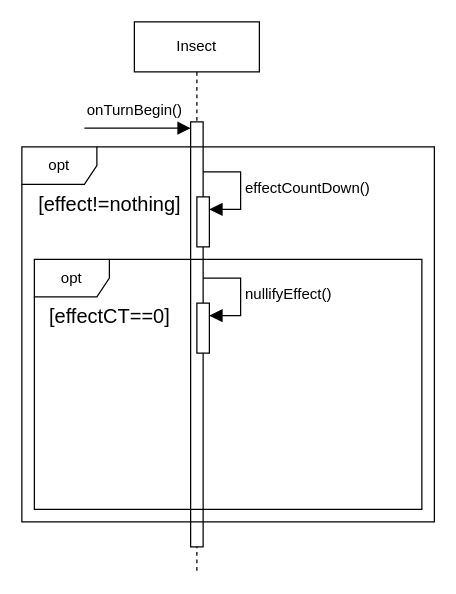
Earlier version of the draw.io diagram page "Insect" (4 of 7) of GameManager_SequenceDiagram.drawio (koharzsombor/bandITs). Source tidied: cells renumbered, new cells numbered last; positions are measured from the earlier drawing's top-left corner, leaving out a move shared by most shapes. Both pictures are drawn from the tidied source at 125%, with x=0, y=0 at pixel (21, 21).
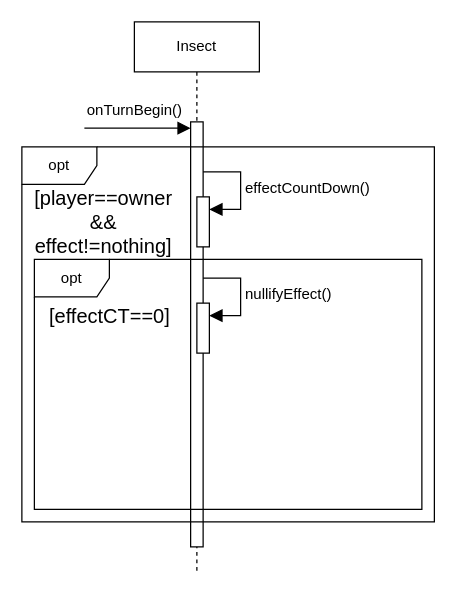
The same diagram, later.

Change to the diagram source:
```diff
@@
 <mxGraphModel>
   <root>
     <mxCell id="0" />
     <mxCell id="1" parent="0" />
     <mxCell id="2" value="&lt;div&gt;&lt;span style=&quot;background-color: transparent; color: light-dark(rgb(0, 0, 0), rgb(255, 255, 255));&quot;&gt;Insect&lt;/span&gt;&lt;/div&gt;" style="shape=umlLifeline;perimeter=lifelinePerimeter;whiteSpace=wrap;html=1;newEdgeStyle={&quot;curved&quot;:0,&quot;rounded&quot;:0};" parent="1" vertex="1">
       <mxGeometry x="90" width="100" height="440" as="geometry" />
     </mxCell>
     <mxCell id="3" style="html=1;perimeter=orthogonalPerimeter;targetShapes=umlLifeline;newEdgeStyle={&quot;curved&quot;:0,&quot;rounded&quot;:0};" parent="2" vertex="1">
       <mxGeometry x="45" y="80" width="10" height="340" as="geometry" />
     </mxCell>
     <mxCell id="4" value="onTurnBegin()" style="html=1;verticalAlign=bottom;endArrow=block;curved=0;rounded=0;fontSize=12;startSize=8;endSize=8;entryX=0;entryY=0;entryDx=0;entryDy=5;entryPerimeter=0;" parent="1" edge="1">
       <mxGeometry x="-0.06" y="5" relative="1" as="geometry">
         <mxPoint x="50" y="85" as="sourcePoint" />
         <mxPoint x="135" y="85" as="targetPoint" />
       </mxGeometry>
     </mxCell>
     <mxCell id="5" value="opt" style="shape=umlFrame;whiteSpace=wrap;html=1;" parent="1" vertex="1">
       <mxGeometry y="100" width="330" height="300" as="geometry" />
     </mxCell>
-    <mxCell id="6" value="[effect!=nothing]" style="text;html=1;align=center;verticalAlign=middle;strokeColor=none;fillColor=none;fontSize=16;" parent="1" vertex="1">
-      <mxGeometry y="131" width="140" height="30" as="geometry" />
+    <mxCell id="6" value="[player==owner&lt;div&gt;&amp;amp;&amp;amp;&lt;/div&gt;&lt;div&gt;effect!=nothing]&lt;/div&gt;" style="text;html=1;align=center;verticalAlign=middle;strokeColor=none;fillColor=none;fontSize=16;" parent="1" vertex="1">
+      <mxGeometry y="125" width="130" height="70" as="geometry" />
     </mxCell>
     <mxCell id="7" style="html=1;points=[[0,0,0,0,5],[0,1,0,0,-5],[1,0,0,0,5],[1,1,0,0,-5]];perimeter=orthogonalPerimeter;outlineConnect=0;targetShapes=umlLifeline;portConstraint=eastwest;newEdgeStyle={&quot;curved&quot;:0,&quot;rounded&quot;:0};" parent="1" vertex="1">
       <mxGeometry x="140" y="140" width="10" height="40" as="geometry" />
     </mxCell>
     <mxCell id="8" value="effectCountDown()" style="html=1;align=left;spacingLeft=2;endArrow=block;rounded=0;edgeStyle=orthogonalEdgeStyle;curved=0;rounded=0;fontSize=12;startSize=8;endSize=8;" parent="1" edge="1" target="7">
       <mxGeometry relative="1" as="geometry">
         <mxPoint x="145" y="120" as="sourcePoint" />
         <Array as="points">
           <mxPoint x="175" y="150" />
         </Array>
       </mxGeometry>
     </mxCell>
     <mxCell id="9" value="opt" style="shape=umlFrame;whiteSpace=wrap;html=1;" parent="1" vertex="1">
       <mxGeometry x="10" y="190" width="310" height="200" as="geometry" />
     </mxCell>
     <mxCell id="10" value="[effectCT==0]" style="text;html=1;align=center;verticalAlign=middle;strokeColor=none;fillColor=none;fontSize=16;" parent="1" vertex="1">
       <mxGeometry x="10" y="220" width="120" height="30" as="geometry" />
     </mxCell>
     <mxCell id="11" style="html=1;points=[[0,0,0,0,5],[0,1,0,0,-5],[1,0,0,0,5],[1,1,0,0,-5]];perimeter=orthogonalPerimeter;outlineConnect=0;targetShapes=umlLifeline;portConstraint=eastwest;newEdgeStyle={&quot;curved&quot;:0,&quot;rounded&quot;:0};" parent="1" vertex="1">
       <mxGeometry x="140" y="225" width="10" height="40" as="geometry" />
     </mxCell>
     <mxCell id="12" value="nullifyEffect()" style="html=1;align=left;spacingLeft=2;endArrow=block;rounded=0;edgeStyle=orthogonalEdgeStyle;curved=0;rounded=0;fontSize=12;startSize=8;endSize=8;" parent="1" edge="1" target="11">
       <mxGeometry relative="1" as="geometry">
         <mxPoint x="145" y="205" as="sourcePoint" />
         <Array as="points">
           <mxPoint x="175" y="235" />
         </Array>
       </mxGeometry>
     </mxCell>
   </root>
 </mxGraphModel>
```
